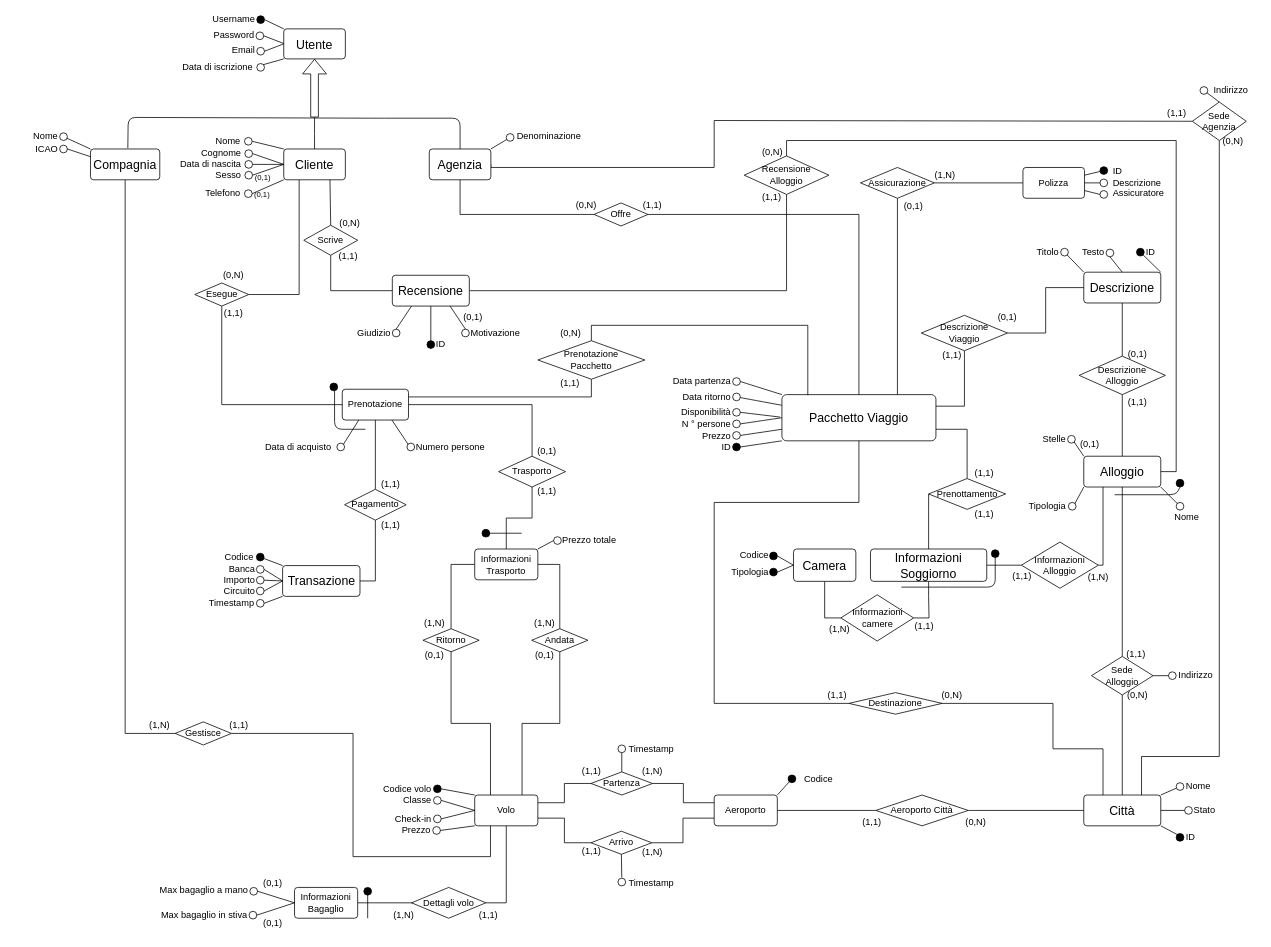
bustre/Easy-travel keeps this draw.io diagram as page "ER - Concettuale" (1 of 2) of ER/ER.drawio. Above is the earlier version. Source tidied: cells renumbered, new cells numbered last; positions are measured from the earlier drawing's top-left corner, leaving out a move shared by most shapes. Both pictures are drawn from the tidied source at 77%, with x=0, y=0 at pixel (13, 15).
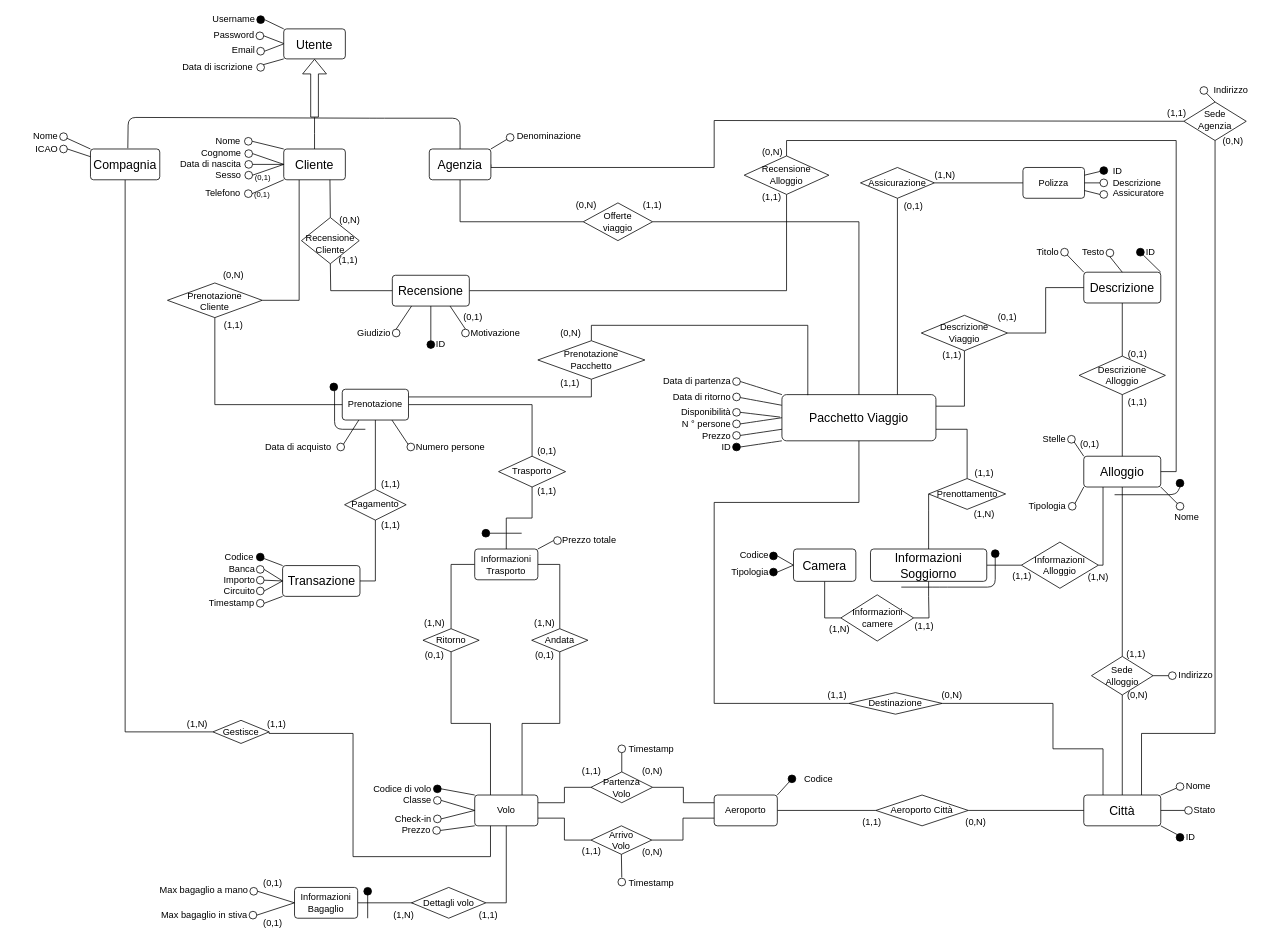
Above is the later version.

The change refers to these unchanged cells:
```xml
<mxCell id="23" value="Città" style="rounded=1;arcSize=10;whiteSpace=wrap;align=center;fontSize=16;" parent="1" vertex="1">
  <mxGeometry x="1390" y="1013" width="100" height="40" as="geometry" />
</mxCell>
```

The edit, as a diff of the source:
```diff
@@
-    <mxCell id="13" value="Data ritorno" style="text;strokeColor=none;fillColor=none;align=right;verticalAlign=middle;whiteSpace=wrap;rounded=0;fontSize=12;" parent="1" vertex="1">
+    <mxCell id="13" value="Data di ritorno" style="text;strokeColor=none;fillColor=none;align=right;verticalAlign=middle;whiteSpace=wrap;rounded=0;fontSize=12;" parent="1" vertex="1">
       <mxGeometry x="824" y="491" width="110" height="10" as="geometry" />
     </mxCell>
@@
-    <mxCell id="15" value="Data partenza" style="text;strokeColor=none;fillColor=none;align=right;verticalAlign=middle;whiteSpace=wrap;rounded=0;fontSize=12;" parent="1" vertex="1">
+    <mxCell id="15" value="Data di partenza" style="text;strokeColor=none;fillColor=none;align=right;verticalAlign=middle;whiteSpace=wrap;rounded=0;fontSize=12;" parent="1" vertex="1">
       <mxGeometry x="824" y="471" width="110" height="10" as="geometry" />
     </mxCell>
@@
-    <mxCell id="70" value="Scrive" style="shape=rhombus;perimeter=rhombusPerimeter;whiteSpace=wrap;align=center;fontSize=12;" parent="1" vertex="1">
-      <mxGeometry x="377" y="273" width="70" height="39" as="geometry" />
+    <mxCell id="70" value="Recensione&#10;Cliente" style="shape=rhombus;perimeter=rhombusPerimeter;whiteSpace=wrap;align=center;fontSize=12;spacingTop=8;" parent="1" vertex="1">
+      <mxGeometry x="374" y="263" width="75" height="60" as="geometry" />
     </mxCell>
@@
-    <mxCell id="90" value="Esegue" style="shape=rhombus;perimeter=rhombusPerimeter;whiteSpace=wrap;align=center;fontSize=12;" parent="1" vertex="1">
-      <mxGeometry x="235.5" y="348" width="70" height="30" as="geometry" />
+    <mxCell id="90" value="Prenotazione&#10;Cliente" style="shape=rhombus;perimeter=rhombusPerimeter;whiteSpace=wrap;align=center;fontSize=12;spacingTop=3;" parent="1" vertex="1">
+      <mxGeometry x="200" y="348" width="123" height="45" as="geometry" />
     </mxCell>
@@
-    <mxCell id="95" value="Offre" style="shape=rhombus;perimeter=rhombusPerimeter;whiteSpace=wrap;align=center;fontSize=12;" parent="1" vertex="1">
-      <mxGeometry x="754" y="244" width="70" height="30" as="geometry" />
+    <mxCell id="95" value="Offerte&#10;viaggio" style="shape=rhombus;perimeter=rhombusPerimeter;whiteSpace=wrap;align=center;fontSize=12;" parent="1" vertex="1">
+      <mxGeometry x="740" y="244" width="90" height="49" as="geometry" />
     </mxCell>
@@
     <mxCell id="112" style="edgeStyle=orthogonalEdgeStyle;rounded=0;jettySize=auto;exitX=0.5;exitY=1;exitDx=0;exitDy=0;entryX=0.75;entryY=0;entryDx=0;entryDy=0;endArrow=none;endFill=0;" parent="1" edge="1" source="113" target="23">
       <mxGeometry relative="1" as="geometry">
         <Array as="points">
-          <mxPoint x="1566" y="963" />
-          <mxPoint x="1465" y="963" />
+          <mxPoint x="1561" y="933" />
+          <mxPoint x="1465" y="933" />
         </Array>
       </mxGeometry>
     </mxCell>
-    <mxCell id="113" value="Sede Agenzia" style="shape=rhombus;perimeter=rhombusPerimeter;whiteSpace=wrap;align=center;fontSize=12;" parent="1" vertex="1">
-      <mxGeometry x="1531" y="113" width="70" height="50" as="geometry" />
+    <mxCell id="113" value="Sede &#10;Agenzia" style="shape=rhombus;perimeter=rhombusPerimeter;whiteSpace=wrap;align=center;fontSize=12;spacingTop=-4;" parent="1" vertex="1">
+      <mxGeometry x="1520" y="113" width="81" height="50" as="geometry" />
     </mxCell>
     <mxCell id="114" value="(0,N)" style="text;strokeColor=none;fillColor=none;align=center;verticalAlign=middle;whiteSpace=wrap;rounded=0;" parent="1" vertex="1">
-      <mxGeometry x="407" y="256" width="60" height="30" as="geometry" />
+      <mxGeometry x="407" y="251" width="60" height="30" as="geometry" />
     </mxCell>
     <mxCell id="115" value="(1,1)" style="text;strokeColor=none;fillColor=none;align=center;verticalAlign=middle;whiteSpace=wrap;rounded=0;" parent="1" vertex="1">
-      <mxGeometry x="405" y="298" width="60" height="30" as="geometry" />
+      <mxGeometry x="405" y="304" width="60" height="30" as="geometry" />
     </mxCell>
@@
     <mxCell id="127" value="(1,1)" style="text;strokeColor=none;fillColor=none;align=center;verticalAlign=middle;whiteSpace=wrap;rounded=0;" parent="1" vertex="1">
-      <mxGeometry x="256" y="373" width="60" height="30" as="geometry" />
+      <mxGeometry x="256" y="388" width="60" height="30" as="geometry" />
     </mxCell>
@@
-    <mxCell id="221" value="(1,1)" style="text;strokeColor=none;fillColor=none;align=center;verticalAlign=middle;whiteSpace=wrap;rounded=0;fontSize=12;fontColor=#000000;" parent="1" vertex="1">
+    <mxCell id="221" value="(1,N)" style="text;strokeColor=none;fillColor=none;align=center;verticalAlign=middle;whiteSpace=wrap;rounded=0;fontSize=12;fontColor=#000000;" parent="1" vertex="1">
       <mxGeometry x="1240" y="641" width="42" height="14" as="geometry" />
     </mxCell>
@@
-    <mxCell id="248" value="Partenza" style="shape=rhombus;perimeter=rhombusPerimeter;whiteSpace=wrap;html=1;align=center;" parent="1" vertex="1">
-      <mxGeometry x="750" y="983" width="80" height="30" as="geometry" />
+    <mxCell id="248" value="Partenza&lt;br&gt;Volo" style="shape=rhombus;perimeter=rhombusPerimeter;whiteSpace=wrap;html=1;align=center;spacingTop=2;" parent="1" vertex="1">
+      <mxGeometry x="750" y="983" width="80" height="40" as="geometry" />
     </mxCell>
@@
-    <mxCell id="250" value="Arrivo" style="shape=rhombus;perimeter=rhombusPerimeter;whiteSpace=wrap;html=1;align=center;" parent="1" vertex="1">
-      <mxGeometry x="750" y="1060" width="79" height="30" as="geometry" />
+    <mxCell id="250" value="Arrivo&lt;br&gt;Volo" style="shape=rhombus;perimeter=rhombusPerimeter;whiteSpace=wrap;html=1;align=center;" parent="1" vertex="1">
+      <mxGeometry x="750" y="1053" width="79" height="37" as="geometry" />
     </mxCell>
@@
-    <mxCell id="267" value="Codice volo" style="text;strokeColor=none;fillColor=none;align=right;verticalAlign=middle;whiteSpace=wrap;rounded=0;" parent="1" vertex="1">
+    <mxCell id="267" value="Codice di volo" style="text;strokeColor=none;fillColor=none;align=right;verticalAlign=middle;whiteSpace=wrap;rounded=0;" parent="1" vertex="1">
       <mxGeometry x="425" y="1000" width="120" height="10" as="geometry" />
     </mxCell>
@@
     <mxCell id="295" value="Gestisce" style="shape=rhombus;perimeter=rhombusPerimeter;whiteSpace=wrap;html=1;align=center;" parent="1" vertex="1">
-      <mxGeometry x="210" y="918" width="73" height="30" as="geometry" />
+      <mxGeometry x="259" y="916" width="73" height="30" as="geometry" />
     </mxCell>
@@
     <mxCell id="301" value="(1,N)" style="text;strokeColor=none;fillColor=none;align=center;verticalAlign=middle;whiteSpace=wrap;rounded=0;fontSize=12;" parent="1" vertex="1">
-      <mxGeometry x="160" y="908" width="60" height="30" as="geometry" />
+      <mxGeometry x="209" y="906" width="60" height="30" as="geometry" />
     </mxCell>
     <mxCell id="302" value="(1,1)" style="text;strokeColor=none;fillColor=none;align=center;verticalAlign=middle;whiteSpace=wrap;rounded=0;fontSize=12;" parent="1" vertex="1">
-      <mxGeometry x="263" y="908" width="60" height="30" as="geometry" />
+      <mxGeometry x="312" y="906" width="60" height="30" as="geometry" />
     </mxCell>
@@
-    <mxCell id="309" value="(1,N)" style="text;strokeColor=none;fillColor=none;align=center;verticalAlign=middle;whiteSpace=wrap;rounded=0;fontSize=12;" parent="1" vertex="1">
+    <mxCell id="309" value="(0,N)" style="text;strokeColor=none;fillColor=none;align=center;verticalAlign=middle;whiteSpace=wrap;rounded=0;fontSize=12;" parent="1" vertex="1">
       <mxGeometry x="800" y="1073" width="60" height="30" as="geometry" />
     </mxCell>
-    <mxCell id="310" value="(1,N)" style="text;strokeColor=none;fillColor=none;align=center;verticalAlign=middle;whiteSpace=wrap;rounded=0;fontSize=12;" parent="1" vertex="1">
+    <mxCell id="310" value="(0,N)" style="text;strokeColor=none;fillColor=none;align=center;verticalAlign=middle;whiteSpace=wrap;rounded=0;fontSize=12;" parent="1" vertex="1">
       <mxGeometry x="800" y="967" width="60" height="30" as="geometry" />
     </mxCell>
```
